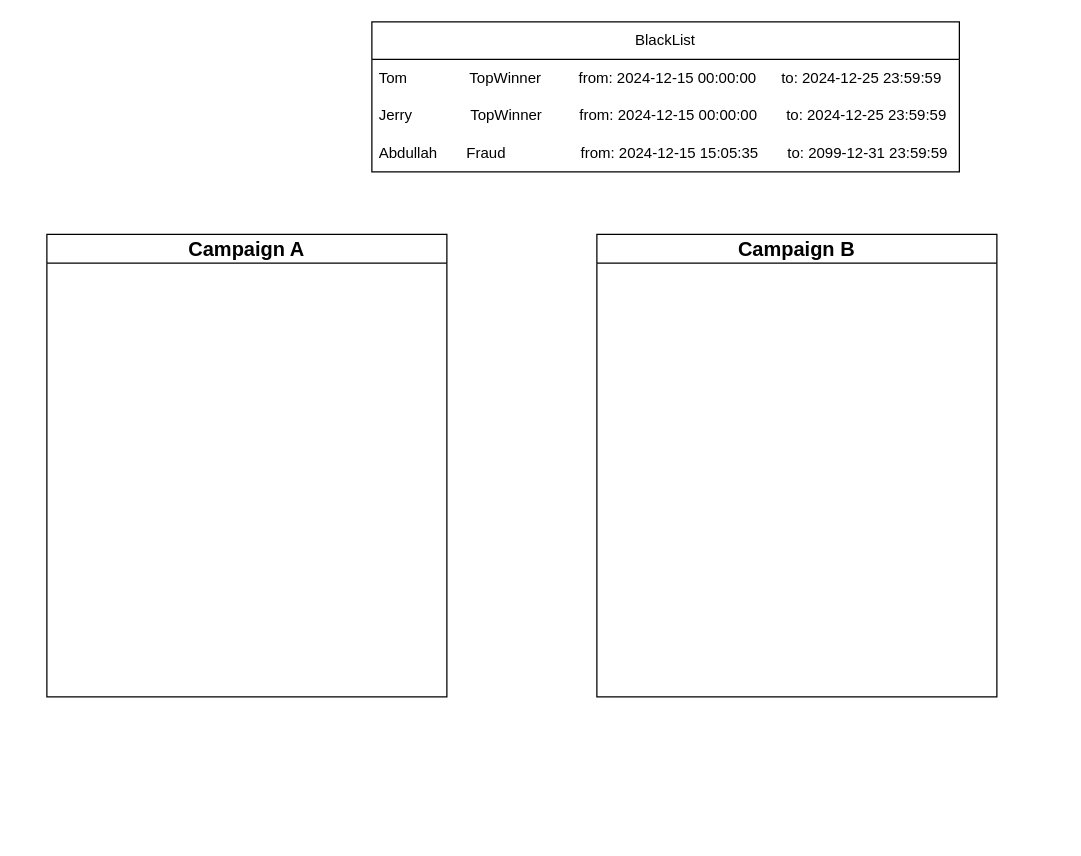
EricLuoisme/own-diagrams-draw-io keeps this draw.io diagram as game_blacklist_logic.drawio. Above is the earlier version. Source tidied: cells renumbered, new cells numbered last; positions are measured from the earlier drawing's top-left corner, leaving out a move shared by most shapes. Both pictures are drawn from the tidied source at 125%, with x=0, y=0 at pixel (46, 21).
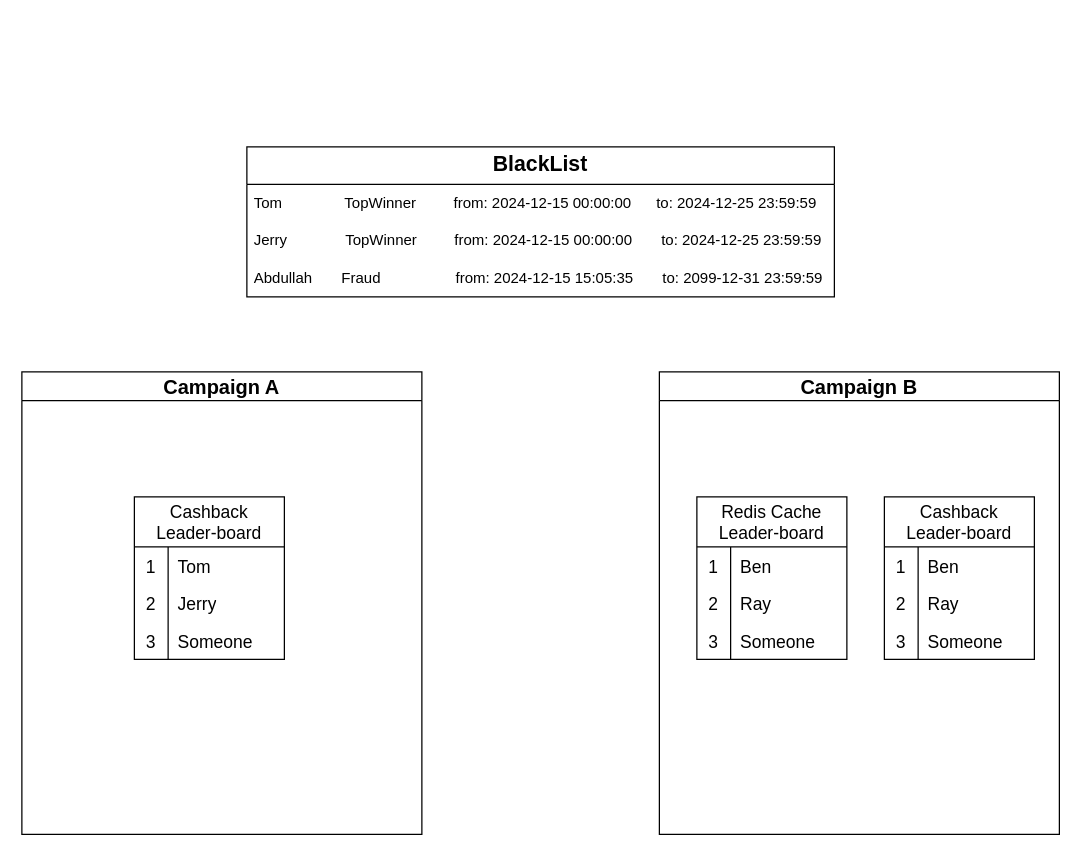
The same page after the edit.

Change to the diagram source:
```diff
@@
     <mxCell id="2" value="&lt;font style=&quot;font-size: 16px;&quot;&gt;Campaign A&lt;/font&gt;" style="swimlane;whiteSpace=wrap;html=1;" parent="1" vertex="1">
-      <mxGeometry y="170" width="320" height="370" as="geometry" />
+      <mxGeometry x="-20" y="280" width="320" height="370" as="geometry" />
     </mxCell>
+    <mxCell id="8" value="Cashback&#10;Leader-board" style="shape=table;startSize=40;childLayout=tableLayout;rowLines=0;fontStyle=0;strokeColor=default;fontSize=14;" parent="2" vertex="1">
+      <mxGeometry x="90" y="100" width="120" height="130" as="geometry" />
+    </mxCell>
+    <mxCell id="9" style="shape=tableRow;horizontal=0;startSize=0;swimlaneHead=0;swimlaneBody=0;top=0;left=0;bottom=0;right=0;fillColor=none;strokeColor=inherit;fontSize=16;" parent="8" vertex="1">
+      <mxGeometry y="40" width="120" height="30" as="geometry" />
+    </mxCell>
+    <mxCell id="10" value="&lt;font style=&quot;font-size: 14px;&quot;&gt;1&lt;/font&gt;" style="shape=partialRectangle;html=1;whiteSpace=wrap;fillColor=none;top=0;left=0;bottom=0;right=0;overflow=hidden;strokeColor=inherit;fontSize=16;" parent="9" vertex="1">
+      <mxGeometry width="27" height="30" as="geometry" />
+    </mxCell>
+    <mxCell id="11" value="&lt;font style=&quot;font-size: 14px;&quot;&gt;Tom&lt;/font&gt;" style="shape=partialRectangle;html=1;whiteSpace=wrap;fillColor=none;top=0;left=0;bottom=0;right=0;align=left;spacingLeft=6;overflow=hidden;strokeColor=inherit;fontSize=16;" parent="9" vertex="1">
+      <mxGeometry x="27" width="93" height="30" as="geometry" />
+    </mxCell>
+    <mxCell id="12" style="shape=tableRow;horizontal=0;startSize=0;swimlaneHead=0;swimlaneBody=0;top=0;left=0;bottom=0;right=0;fillColor=none;strokeColor=inherit;fontSize=16;" parent="8" vertex="1">
+      <mxGeometry y="70" width="120" height="30" as="geometry" />
+    </mxCell>
+    <mxCell id="13" value="&lt;font style=&quot;font-size: 14px;&quot;&gt;2&lt;/font&gt;" style="shape=partialRectangle;html=1;whiteSpace=wrap;fillColor=none;top=0;left=0;bottom=0;right=0;overflow=hidden;strokeColor=inherit;fontSize=16;" parent="12" vertex="1">
+      <mxGeometry width="27" height="30" as="geometry" />
+    </mxCell>
+    <mxCell id="14" value="&lt;font style=&quot;font-size: 14px;&quot;&gt;Jerry&lt;/font&gt;" style="shape=partialRectangle;html=1;whiteSpace=wrap;fillColor=none;top=0;left=0;bottom=0;right=0;align=left;spacingLeft=6;overflow=hidden;strokeColor=inherit;fontSize=16;" parent="12" vertex="1">
+      <mxGeometry x="27" width="93" height="30" as="geometry" />
+    </mxCell>
+    <mxCell id="15" style="shape=tableRow;horizontal=0;startSize=0;swimlaneHead=0;swimlaneBody=0;top=0;left=0;bottom=0;right=0;fillColor=none;strokeColor=inherit;fontSize=16;" parent="8" vertex="1">
+      <mxGeometry y="100" width="120" height="30" as="geometry" />
+    </mxCell>
+    <mxCell id="16" value="&lt;font style=&quot;font-size: 14px;&quot;&gt;3&lt;/font&gt;" style="shape=partialRectangle;html=1;whiteSpace=wrap;fillColor=none;top=0;left=0;bottom=0;right=0;overflow=hidden;strokeColor=inherit;fontSize=16;" parent="15" vertex="1">
+      <mxGeometry width="27" height="30" as="geometry" />
+    </mxCell>
+    <mxCell id="17" value="&lt;font style=&quot;font-size: 14px;&quot;&gt;Someone&lt;/font&gt;" style="shape=partialRectangle;html=1;whiteSpace=wrap;fillColor=none;top=0;left=0;bottom=0;right=0;align=left;spacingLeft=6;overflow=hidden;strokeColor=inherit;fontSize=16;" parent="15" vertex="1">
+      <mxGeometry x="27" width="93" height="30" as="geometry" />
+    </mxCell>
     <mxCell id="3" value="&lt;font style=&quot;font-size: 16px;&quot;&gt;Campaign B&lt;br&gt;&lt;/font&gt;" style="swimlane;whiteSpace=wrap;html=1;" parent="1" vertex="1">
-      <mxGeometry x="440" y="170" width="320" height="370" as="geometry" />
+      <mxGeometry x="490" y="280" width="320" height="370" as="geometry" />
     </mxCell>
+    <mxCell id="18" value="Cashback&#10;Leader-board" style="shape=table;startSize=40;childLayout=tableLayout;rowLines=0;fontStyle=0;strokeColor=default;fontSize=14;" parent="3" vertex="1">
+      <mxGeometry x="180" y="100" width="120" height="130" as="geometry" />
+    </mxCell>
+    <mxCell id="19" style="shape=tableRow;horizontal=0;startSize=0;swimlaneHead=0;swimlaneBody=0;top=0;left=0;bottom=0;right=0;fillColor=none;strokeColor=inherit;fontSize=16;" parent="18" vertex="1">
+      <mxGeometry y="40" width="120" height="30" as="geometry" />
+    </mxCell>
+    <mxCell id="20" value="&lt;font style=&quot;font-size: 14px;&quot;&gt;1&lt;/font&gt;" style="shape=partialRectangle;html=1;whiteSpace=wrap;fillColor=none;top=0;left=0;bottom=0;right=0;overflow=hidden;strokeColor=inherit;fontSize=16;" parent="19" vertex="1">
+      <mxGeometry width="27" height="30" as="geometry" />
+    </mxCell>
+    <mxCell id="21" value="&lt;font style=&quot;font-size: 14px;&quot;&gt;Ben&lt;/font&gt;" style="shape=partialRectangle;html=1;whiteSpace=wrap;fillColor=none;top=0;left=0;bottom=0;right=0;align=left;spacingLeft=6;overflow=hidden;strokeColor=inherit;fontSize=16;" parent="19" vertex="1">
+      <mxGeometry x="27" width="93" height="30" as="geometry" />
+    </mxCell>
+    <mxCell id="22" style="shape=tableRow;horizontal=0;startSize=0;swimlaneHead=0;swimlaneBody=0;top=0;left=0;bottom=0;right=0;fillColor=none;strokeColor=inherit;fontSize=16;" parent="18" vertex="1">
+      <mxGeometry y="70" width="120" height="30" as="geometry" />
+    </mxCell>
+    <mxCell id="23" value="&lt;font style=&quot;font-size: 14px;&quot;&gt;2&lt;/font&gt;" style="shape=partialRectangle;html=1;whiteSpace=wrap;fillColor=none;top=0;left=0;bottom=0;right=0;overflow=hidden;strokeColor=inherit;fontSize=16;" parent="22" vertex="1">
+      <mxGeometry width="27" height="30" as="geometry" />
+    </mxCell>
+    <mxCell id="24" value="&lt;font style=&quot;font-size: 14px;&quot;&gt;Ray&lt;/font&gt;" style="shape=partialRectangle;html=1;whiteSpace=wrap;fillColor=none;top=0;left=0;bottom=0;right=0;align=left;spacingLeft=6;overflow=hidden;strokeColor=inherit;fontSize=16;" parent="22" vertex="1">
+      <mxGeometry x="27" width="93" height="30" as="geometry" />
+    </mxCell>
+    <mxCell id="25" style="shape=tableRow;horizontal=0;startSize=0;swimlaneHead=0;swimlaneBody=0;top=0;left=0;bottom=0;right=0;fillColor=none;strokeColor=inherit;fontSize=16;" parent="18" vertex="1">
+      <mxGeometry y="100" width="120" height="30" as="geometry" />
+    </mxCell>
+    <mxCell id="26" value="&lt;font style=&quot;font-size: 14px;&quot;&gt;3&lt;/font&gt;" style="shape=partialRectangle;html=1;whiteSpace=wrap;fillColor=none;top=0;left=0;bottom=0;right=0;overflow=hidden;strokeColor=inherit;fontSize=16;" parent="25" vertex="1">
+      <mxGeometry width="27" height="30" as="geometry" />
+    </mxCell>
+    <mxCell id="27" value="&lt;font style=&quot;font-size: 14px;&quot;&gt;Someone&lt;/font&gt;" style="shape=partialRectangle;html=1;whiteSpace=wrap;fillColor=none;top=0;left=0;bottom=0;right=0;align=left;spacingLeft=6;overflow=hidden;strokeColor=inherit;fontSize=16;" parent="25" vertex="1">
+      <mxGeometry x="27" width="93" height="30" as="geometry" />
+    </mxCell>
+    <mxCell id="28" value="Redis Cache&#10;Leader-board" style="shape=table;startSize=40;childLayout=tableLayout;rowLines=0;fontStyle=0;strokeColor=default;fontSize=14;" parent="3" vertex="1">
+      <mxGeometry x="30" y="100" width="120" height="130" as="geometry" />
+    </mxCell>
+    <mxCell id="29" style="shape=tableRow;horizontal=0;startSize=0;swimlaneHead=0;swimlaneBody=0;top=0;left=0;bottom=0;right=0;fillColor=none;strokeColor=inherit;fontSize=16;" parent="28" vertex="1">
+      <mxGeometry y="40" width="120" height="30" as="geometry" />
+    </mxCell>
+    <mxCell id="30" value="&lt;font style=&quot;font-size: 14px;&quot;&gt;1&lt;/font&gt;" style="shape=partialRectangle;html=1;whiteSpace=wrap;fillColor=none;top=0;left=0;bottom=0;right=0;overflow=hidden;strokeColor=inherit;fontSize=16;" parent="29" vertex="1">
+      <mxGeometry width="27" height="30" as="geometry" />
+    </mxCell>
+    <mxCell id="31" value="&lt;font style=&quot;font-size: 14px;&quot;&gt;Ben&lt;/font&gt;" style="shape=partialRectangle;html=1;whiteSpace=wrap;fillColor=none;top=0;left=0;bottom=0;right=0;align=left;spacingLeft=6;overflow=hidden;strokeColor=inherit;fontSize=16;" parent="29" vertex="1">
+      <mxGeometry x="27" width="93" height="30" as="geometry" />
+    </mxCell>
+    <mxCell id="32" style="shape=tableRow;horizontal=0;startSize=0;swimlaneHead=0;swimlaneBody=0;top=0;left=0;bottom=0;right=0;fillColor=none;strokeColor=inherit;fontSize=16;" parent="28" vertex="1">
+      <mxGeometry y="70" width="120" height="30" as="geometry" />
+    </mxCell>
+    <mxCell id="33" value="&lt;font style=&quot;font-size: 14px;&quot;&gt;2&lt;/font&gt;" style="shape=partialRectangle;html=1;whiteSpace=wrap;fillColor=none;top=0;left=0;bottom=0;right=0;overflow=hidden;strokeColor=inherit;fontSize=16;" parent="32" vertex="1">
+      <mxGeometry width="27" height="30" as="geometry" />
+    </mxCell>
+    <mxCell id="34" value="&lt;font style=&quot;font-size: 14px;&quot;&gt;Ray&lt;/font&gt;" style="shape=partialRectangle;html=1;whiteSpace=wrap;fillColor=none;top=0;left=0;bottom=0;right=0;align=left;spacingLeft=6;overflow=hidden;strokeColor=inherit;fontSize=16;" parent="32" vertex="1">
+      <mxGeometry x="27" width="93" height="30" as="geometry" />
+    </mxCell>
+    <mxCell id="35" style="shape=tableRow;horizontal=0;startSize=0;swimlaneHead=0;swimlaneBody=0;top=0;left=0;bottom=0;right=0;fillColor=none;strokeColor=inherit;fontSize=16;" parent="28" vertex="1">
+      <mxGeometry y="100" width="120" height="30" as="geometry" />
+    </mxCell>
+    <mxCell id="36" value="&lt;font style=&quot;font-size: 14px;&quot;&gt;3&lt;/font&gt;" style="shape=partialRectangle;html=1;whiteSpace=wrap;fillColor=none;top=0;left=0;bottom=0;right=0;overflow=hidden;strokeColor=inherit;fontSize=16;" parent="35" vertex="1">
+      <mxGeometry width="27" height="30" as="geometry" />
+    </mxCell>
+    <mxCell id="37" value="&lt;font style=&quot;font-size: 14px;&quot;&gt;Someone&lt;/font&gt;" style="shape=partialRectangle;html=1;whiteSpace=wrap;fillColor=none;top=0;left=0;bottom=0;right=0;align=left;spacingLeft=6;overflow=hidden;strokeColor=inherit;fontSize=16;" parent="35" vertex="1">
+      <mxGeometry x="27" width="93" height="30" as="geometry" />
+    </mxCell>
-    <mxCell id="4" value="BlackList" style="swimlane;fontStyle=0;horizontal=1;startSize=30;whiteSpace=wrap;html=1;" parent="1" vertex="1">
-      <mxGeometry x="260" width="470" height="120" as="geometry" />
+    <mxCell id="4" value="&lt;font style=&quot;font-size: 17px;&quot;&gt;&lt;b&gt;BlackList&lt;/b&gt;&lt;/font&gt;" style="swimlane;fontStyle=0;horizontal=1;startSize=30;whiteSpace=wrap;html=1;" parent="1" vertex="1">
+      <mxGeometry x="160" y="100" width="470" height="120" as="geometry" />
     </mxCell>
```
